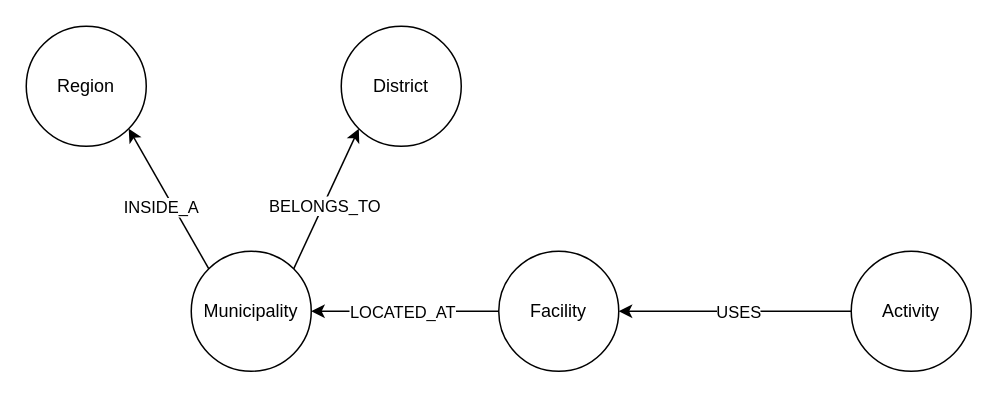
Above: proj3/neo4j/schemas.drawio in Jumaruba/TBDA (draw.io), before the change. Source tidied: cells renumbered, new cells numbered last; positions are measured from the earlier drawing's top-left corner, leaving out a move shared by most shapes. Both pictures are drawn from the tidied source at 150%, with x=0, y=0 at pixel (26, 26).
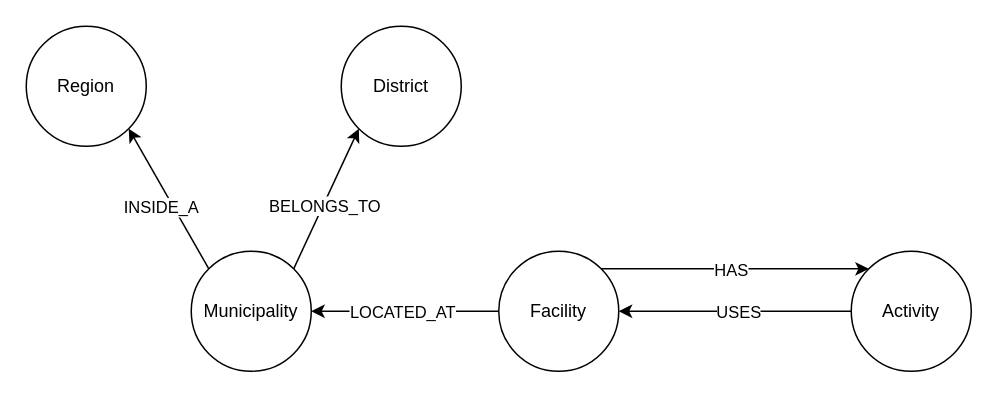
After the change.

Commit message (it also covers changes not shown here):
fix: fixed the data to populate and the population script

Unchanged cells that the change refers to:
```xml
<mxCell id="2" value="Facility" style="ellipse;whiteSpace=wrap;html=1;" parent="1" vertex="1">
  <mxGeometry x="315" y="150" width="80" height="80" as="geometry" />
</mxCell>
<mxCell id="12" value="Activity" style="ellipse;whiteSpace=wrap;html=1;" parent="1" vertex="1">
  <mxGeometry x="550" y="150" width="80" height="80" as="geometry" />
</mxCell>
```

Diff of the diagram source:
```diff
@@
+    <mxCell id="15" style="edgeStyle=none;html=1;exitX=1;exitY=0;exitDx=0;exitDy=0;entryX=0;entryY=0;entryDx=0;entryDy=0;" parent="1" edge="1" source="2" target="12">
+      <mxGeometry relative="1" as="geometry" />
+    </mxCell>
+    <mxCell id="16" value="HAS" style="edgeLabel;html=1;align=center;verticalAlign=middle;" parent="15" vertex="1">
+      <mxGeometry x="-0.39" y="-1" relative="1" as="geometry">
+        <mxPoint x="32" as="offset" />
+      </mxGeometry>
+    </mxCell>
```
